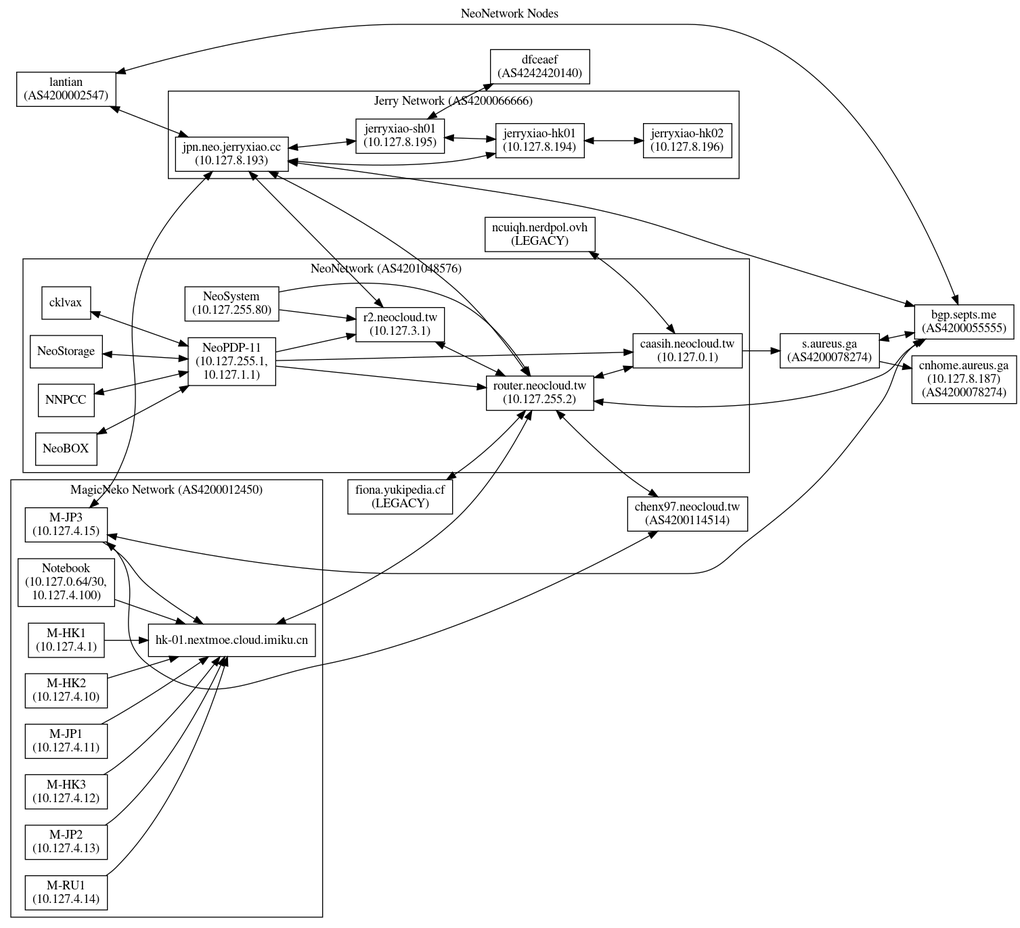
NeoCloud/NeoNetwork keeps this Graphviz diagram as nodes.png. Above is the earlier version. Its source is kept beside it as nodes.dot.
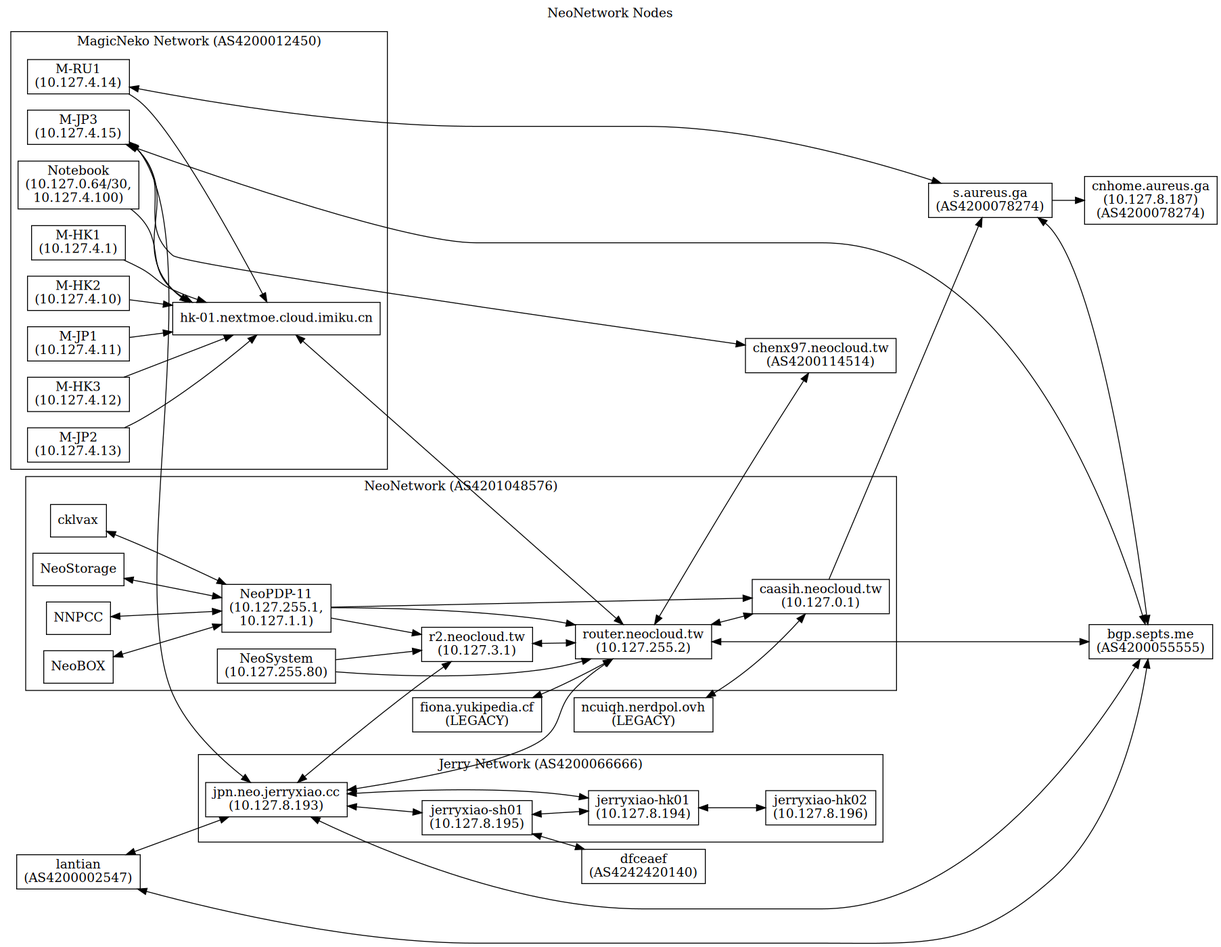
After the commit.

Commit message:
Added magicneko_RU01 -> staph

Change to the diagram source:
```diff
@@ -90,4 +90,5 @@
 	staph -> septs [dir=both]
 	ucbvax -> septs [dir=both]
 	magicneko_JP03 -> chenx97 [dir=both]
+	magicneko_RU01 -> staph [dir=both]
 }
```
